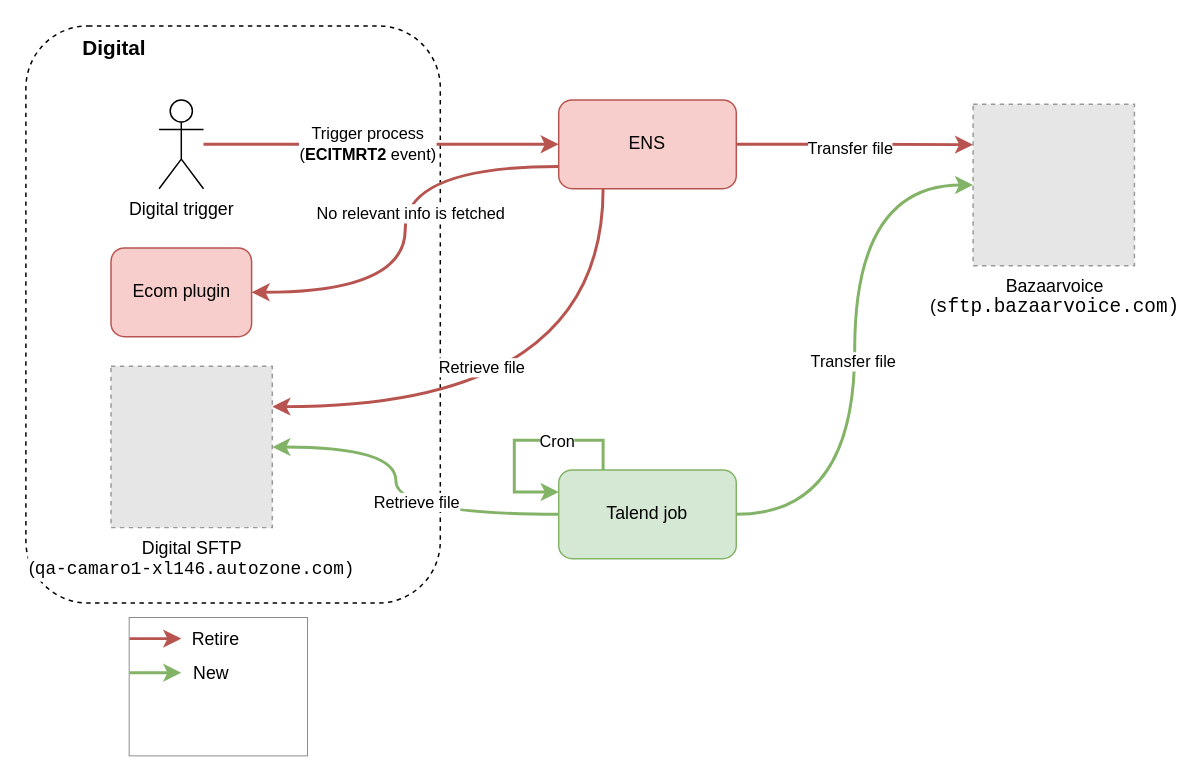
The draw.io diagram drawings/Digital SFTP ENS Events.drawio in AarellanoH/draw_io, before the edit. Source tidied: cells renumbered, new cells numbered last; positions are measured from the earlier drawing's top-left corner, leaving out a move shared by most shapes. Both pictures are drawn from the tidied source at 148%, with x=0, y=0 at pixel (25, 25). Pictures stored in the file or linked from it are replaced by grey dashed boxes.
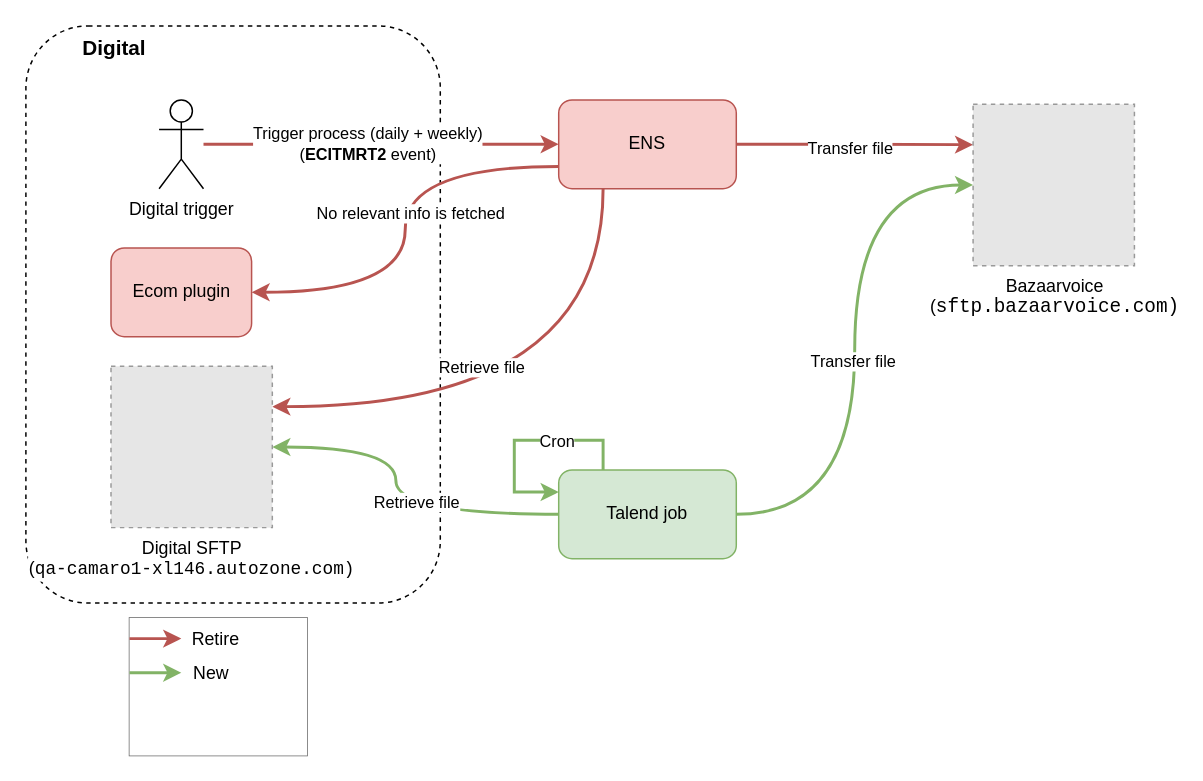
Above is the later version.

Unchanged cells that the change refers to:
```xml
<mxCell id="10" style="edgeStyle=orthogonalEdgeStyle;rounded=0;jettySize=auto;html=1;strokeWidth=2;fillColor=#f8cecc;strokeColor=#b85450;" parent="1" edge="1" source="12" target="9">
  <mxGeometry relative="1" as="geometry" />
</mxCell>
```

Change to the diagram source:
```diff
@@
-    <mxCell id="11" value="Trigger process&lt;div&gt;(&lt;b&gt;ECITMRT2&lt;/b&gt; event)&lt;/div&gt;" style="edgeLabel;html=1;align=center;verticalAlign=middle;" parent="10" vertex="1">
+    <mxCell id="11" value="Trigger process (daily + weekly)&lt;div&gt;(&lt;b&gt;ECITMRT2&lt;/b&gt; event)&lt;/div&gt;" style="edgeLabel;html=1;align=center;verticalAlign=middle;" parent="10" vertex="1">
       <mxGeometry x="-0.04" y="1" relative="1" as="geometry">
         <mxPoint x="-5" as="offset" />
       </mxGeometry>
     </mxCell>
```
